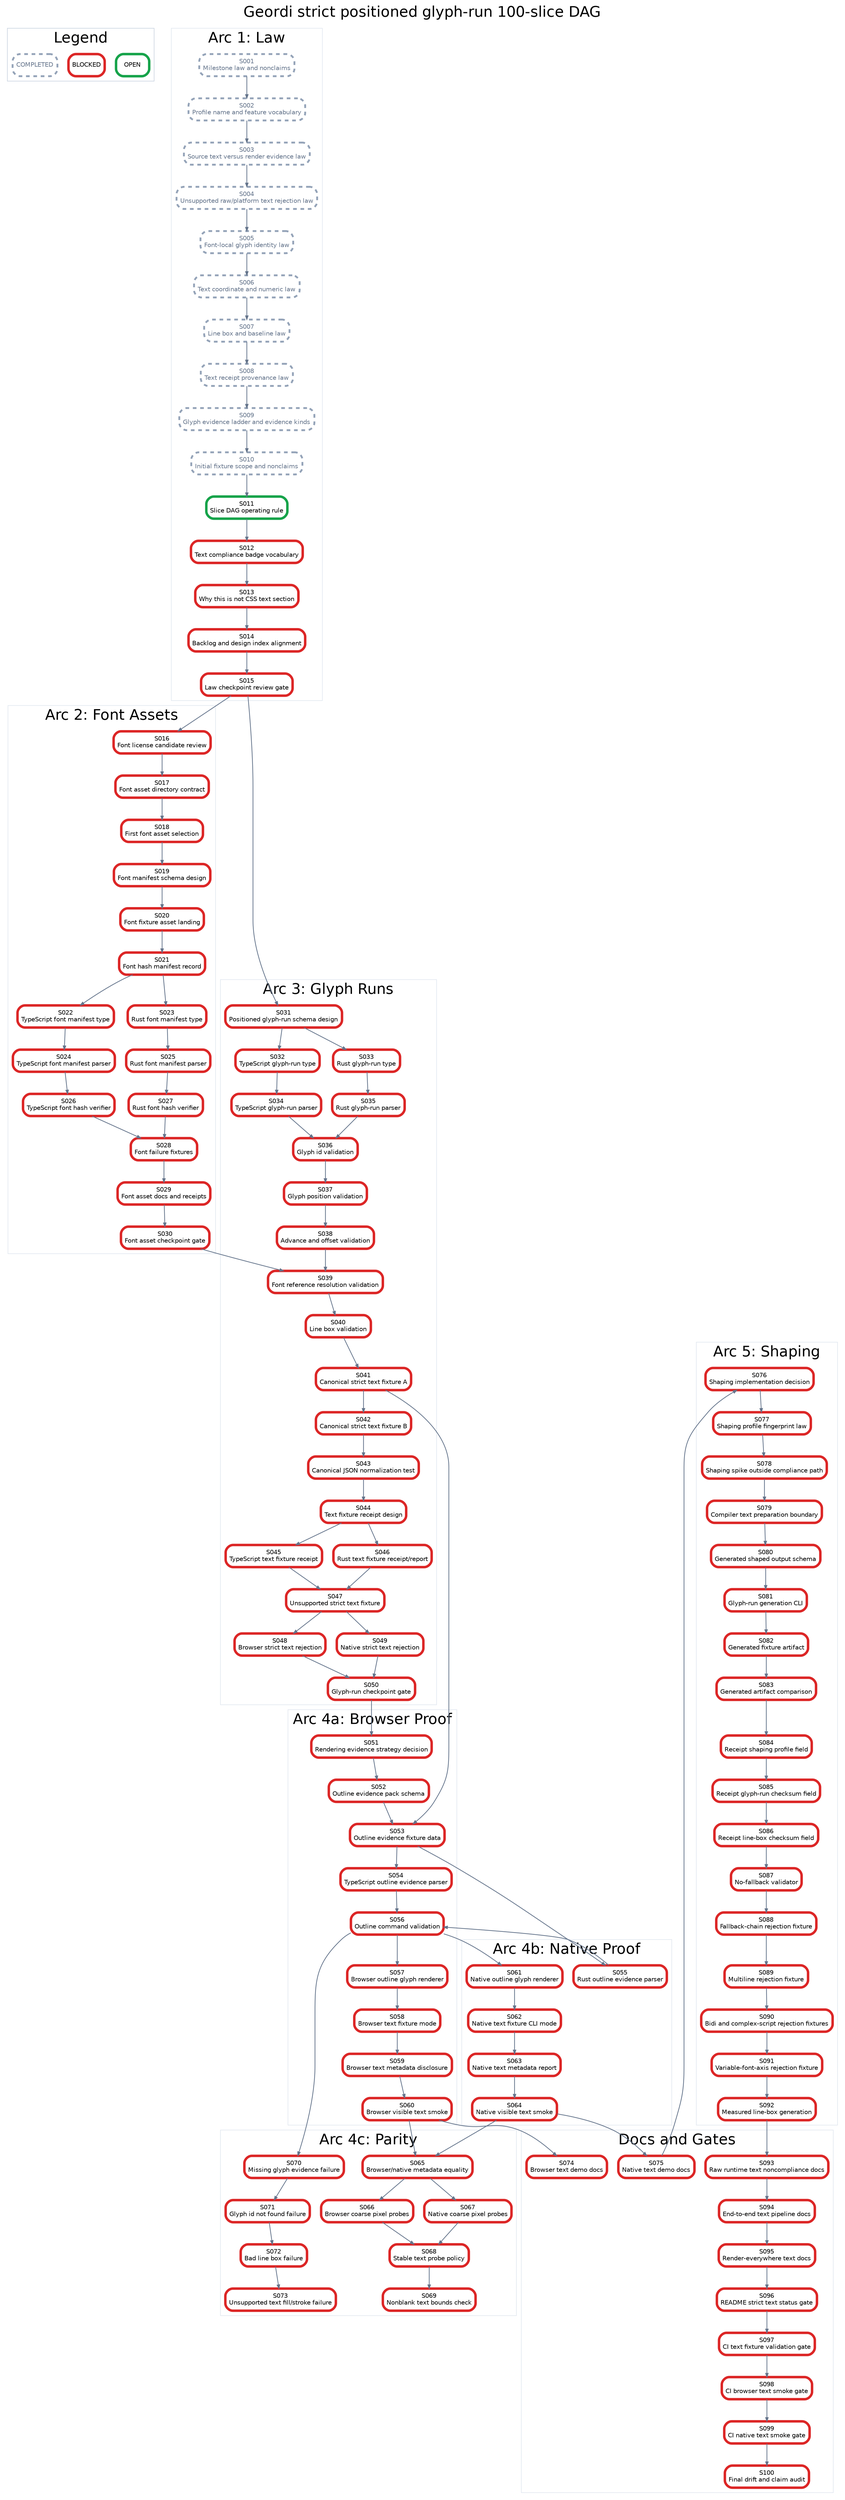
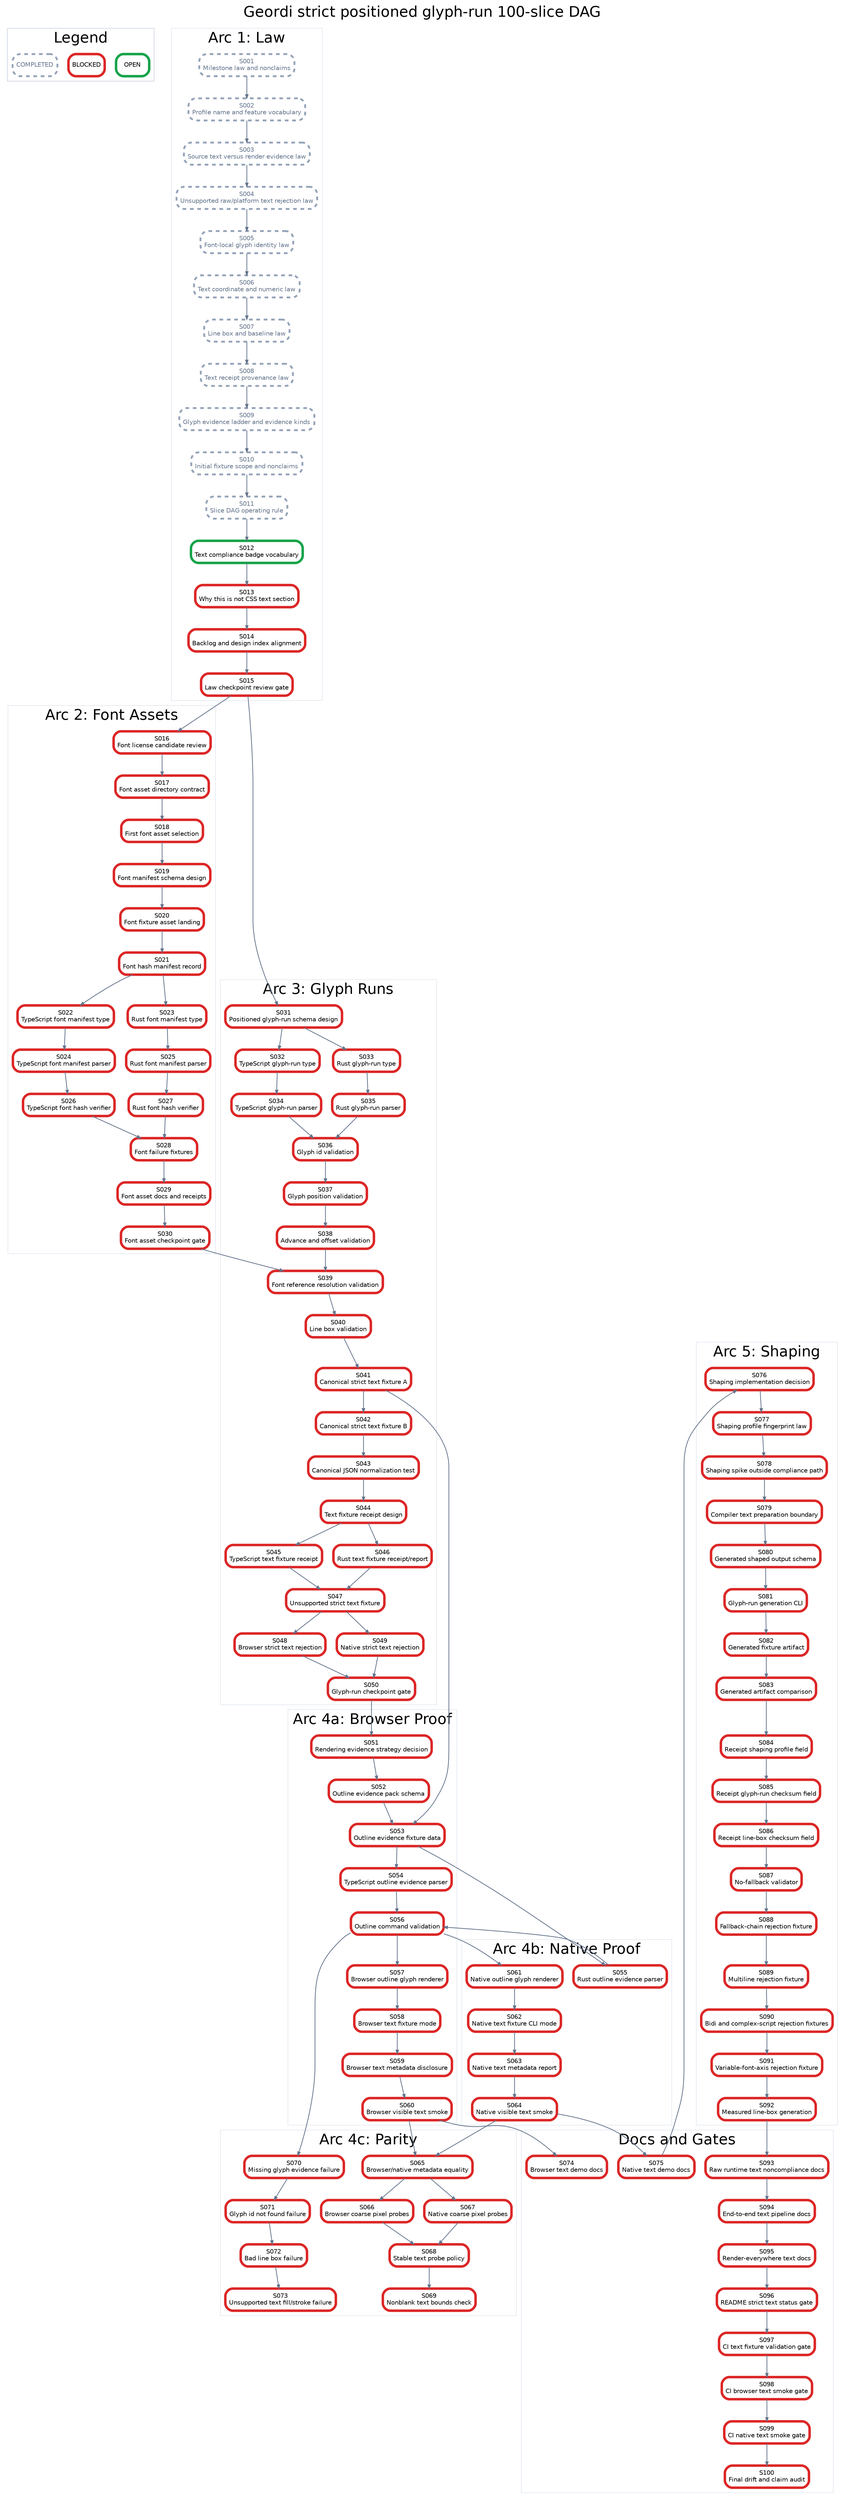
digraph StrictPositionedGlyphRunPlan {
  graph [rankdir=TB, bgcolor="white", fontname="Helvetica", label="Geordi strict positioned glyph-run 100-slice DAG", labelloc="t", fontsize=24];
  node [shape=box, style="rounded,filled", fillcolor="white", fontname="Helvetica", fontsize=10, margin="0.08,0.05"];
  edge [color="#64748b", arrowsize=0.6, penwidth=1.2];

  subgraph cluster_legend {
    label="Legend";
    color="#cbd5e1";
    legend_open [label="OPEN", color="#16a34a", penwidth=4];
    legend_blocked [label="BLOCKED", color="#dc2626", penwidth=4];
    legend_done [label="COMPLETED", color="#94a3b8", penwidth=3, style="rounded,filled,dashed", fontcolor="#64748b"];
  }

  subgraph cluster_law {
    label="Arc 1: Law";
    color="#e2e8f0";
    S001 [label="S001\nMilestone law and nonclaims", color="#94a3b8", penwidth=3, style="rounded,filled,dashed", fontcolor="#64748b"];
    S002 [label="S002\nProfile name and feature vocabulary", color="#94a3b8", penwidth=3, style="rounded,filled,dashed", fontcolor="#64748b"];
    S003 [label="S003\nSource text versus render evidence law", color="#94a3b8", penwidth=3, style="rounded,filled,dashed", fontcolor="#64748b"];
    S004 [label="S004\nUnsupported raw/platform text rejection law", color="#94a3b8", penwidth=3, style="rounded,filled,dashed", fontcolor="#64748b"];
    S005 [label="S005\nFont-local glyph identity law", color="#94a3b8", penwidth=3, style="rounded,filled,dashed", fontcolor="#64748b"];
    S006 [label="S006\nText coordinate and numeric law", color="#94a3b8", penwidth=3, style="rounded,filled,dashed", fontcolor="#64748b"];
    S007 [label="S007\nLine box and baseline law", color="#94a3b8", penwidth=3, style="rounded,filled,dashed", fontcolor="#64748b"];
    S008 [label="S008\nText receipt provenance law", color="#94a3b8", penwidth=3, style="rounded,filled,dashed", fontcolor="#64748b"];
    S009 [label="S009\nGlyph evidence ladder and evidence kinds", color="#94a3b8", penwidth=3, style="rounded,filled,dashed", fontcolor="#64748b"];
    S010 [label="S010\nInitial fixture scope and nonclaims", color="#94a3b8", penwidth=3, style="rounded,filled,dashed", fontcolor="#64748b"];
-     S011 [label="S011\nSlice DAG operating rule", color="#16a34a", penwidth=4];
-     S012 [label="S012\nText compliance badge vocabulary", color="#dc2626", penwidth=4];
+     S011 [label="S011\nSlice DAG operating rule", color="#94a3b8", penwidth=3, style="rounded,filled,dashed", fontcolor="#64748b"];
+     S012 [label="S012\nText compliance badge vocabulary", color="#16a34a", penwidth=4];
    S013 [label="S013\nWhy this is not CSS text section", color="#dc2626", penwidth=4];
    S014 [label="S014\nBacklog and design index alignment", color="#dc2626", penwidth=4];
    S015 [label="S015\nLaw checkpoint review gate", color="#dc2626", penwidth=4];
  }

  subgraph cluster_assets {
    label="Arc 2: Font Assets";
    color="#e2e8f0";
    S016 [label="S016\nFont license candidate review", color="#dc2626", penwidth=4];
    S017 [label="S017\nFont asset directory contract", color="#dc2626", penwidth=4];
    S018 [label="S018\nFirst font asset selection", color="#dc2626", penwidth=4];
    S019 [label="S019\nFont manifest schema design", color="#dc2626", penwidth=4];
    S020 [label="S020\nFont fixture asset landing", color="#dc2626", penwidth=4];
    S021 [label="S021\nFont hash manifest record", color="#dc2626", penwidth=4];
    S022 [label="S022\nTypeScript font manifest type", color="#dc2626", penwidth=4];
    S023 [label="S023\nRust font manifest type", color="#dc2626", penwidth=4];
    S024 [label="S024\nTypeScript font manifest parser", color="#dc2626", penwidth=4];
    S025 [label="S025\nRust font manifest parser", color="#dc2626", penwidth=4];
    S026 [label="S026\nTypeScript font hash verifier", color="#dc2626", penwidth=4];
    S027 [label="S027\nRust font hash verifier", color="#dc2626", penwidth=4];
    S028 [label="S028\nFont failure fixtures", color="#dc2626", penwidth=4];
    S029 [label="S029\nFont asset docs and receipts", color="#dc2626", penwidth=4];
    S030 [label="S030\nFont asset checkpoint gate", color="#dc2626", penwidth=4];
  }

  subgraph cluster_glyph {
    label="Arc 3: Glyph Runs";
    color="#e2e8f0";
    S031 [label="S031\nPositioned glyph-run schema design", color="#dc2626", penwidth=4];
    S032 [label="S032\nTypeScript glyph-run type", color="#dc2626", penwidth=4];
    S033 [label="S033\nRust glyph-run type", color="#dc2626", penwidth=4];
    S034 [label="S034\nTypeScript glyph-run parser", color="#dc2626", penwidth=4];
    S035 [label="S035\nRust glyph-run parser", color="#dc2626", penwidth=4];
    S036 [label="S036\nGlyph id validation", color="#dc2626", penwidth=4];
    S037 [label="S037\nGlyph position validation", color="#dc2626", penwidth=4];
    S038 [label="S038\nAdvance and offset validation", color="#dc2626", penwidth=4];
    S039 [label="S039\nFont reference resolution validation", color="#dc2626", penwidth=4];
    S040 [label="S040\nLine box validation", color="#dc2626", penwidth=4];
    S041 [label="S041\nCanonical strict text fixture A", color="#dc2626", penwidth=4];
    S042 [label="S042\nCanonical strict text fixture B", color="#dc2626", penwidth=4];
    S043 [label="S043\nCanonical JSON normalization test", color="#dc2626", penwidth=4];
    S044 [label="S044\nText fixture receipt design", color="#dc2626", penwidth=4];
    S045 [label="S045\nTypeScript text fixture receipt", color="#dc2626", penwidth=4];
    S046 [label="S046\nRust text fixture receipt/report", color="#dc2626", penwidth=4];
    S047 [label="S047\nUnsupported strict text fixture", color="#dc2626", penwidth=4];
    S048 [label="S048\nBrowser strict text rejection", color="#dc2626", penwidth=4];
    S049 [label="S049\nNative strict text rejection", color="#dc2626", penwidth=4];
    S050 [label="S050\nGlyph-run checkpoint gate", color="#dc2626", penwidth=4];
  }

  subgraph cluster_browser {
    label="Arc 4a: Browser Proof";
    color="#e2e8f0";
    S051 [label="S051\nRendering evidence strategy decision", color="#dc2626", penwidth=4];
    S052 [label="S052\nOutline evidence pack schema", color="#dc2626", penwidth=4];
    S053 [label="S053\nOutline evidence fixture data", color="#dc2626", penwidth=4];
    S054 [label="S054\nTypeScript outline evidence parser", color="#dc2626", penwidth=4];
    S056 [label="S056\nOutline command validation", color="#dc2626", penwidth=4];
    S057 [label="S057\nBrowser outline glyph renderer", color="#dc2626", penwidth=4];
    S058 [label="S058\nBrowser text fixture mode", color="#dc2626", penwidth=4];
    S059 [label="S059\nBrowser text metadata disclosure", color="#dc2626", penwidth=4];
    S060 [label="S060\nBrowser visible text smoke", color="#dc2626", penwidth=4];
  }

  subgraph cluster_native {
    label="Arc 4b: Native Proof";
    color="#e2e8f0";
    S055 [label="S055\nRust outline evidence parser", color="#dc2626", penwidth=4];
    S061 [label="S061\nNative outline glyph renderer", color="#dc2626", penwidth=4];
    S062 [label="S062\nNative text fixture CLI mode", color="#dc2626", penwidth=4];
    S063 [label="S063\nNative text metadata report", color="#dc2626", penwidth=4];
    S064 [label="S064\nNative visible text smoke", color="#dc2626", penwidth=4];
  }

  subgraph cluster_parity {
    label="Arc 4c: Parity";
    color="#e2e8f0";
    S065 [label="S065\nBrowser/native metadata equality", color="#dc2626", penwidth=4];
    S066 [label="S066\nBrowser coarse pixel probes", color="#dc2626", penwidth=4];
    S067 [label="S067\nNative coarse pixel probes", color="#dc2626", penwidth=4];
    S068 [label="S068\nStable text probe policy", color="#dc2626", penwidth=4];
    S069 [label="S069\nNonblank text bounds check", color="#dc2626", penwidth=4];
    S070 [label="S070\nMissing glyph evidence failure", color="#dc2626", penwidth=4];
    S071 [label="S071\nGlyph id not found failure", color="#dc2626", penwidth=4];
    S072 [label="S072\nBad line box failure", color="#dc2626", penwidth=4];
    S073 [label="S073\nUnsupported text fill/stroke failure", color="#dc2626", penwidth=4];
  }

  subgraph cluster_shaping {
    label="Arc 5: Shaping";
    color="#e2e8f0";
    S076 [label="S076\nShaping implementation decision", color="#dc2626", penwidth=4];
    S077 [label="S077\nShaping profile fingerprint law", color="#dc2626", penwidth=4];
    S078 [label="S078\nShaping spike outside compliance path", color="#dc2626", penwidth=4];
    S079 [label="S079\nCompiler text preparation boundary", color="#dc2626", penwidth=4];
    S080 [label="S080\nGenerated shaped output schema", color="#dc2626", penwidth=4];
    S081 [label="S081\nGlyph-run generation CLI", color="#dc2626", penwidth=4];
    S082 [label="S082\nGenerated fixture artifact", color="#dc2626", penwidth=4];
    S083 [label="S083\nGenerated artifact comparison", color="#dc2626", penwidth=4];
    S084 [label="S084\nReceipt shaping profile field", color="#dc2626", penwidth=4];
    S085 [label="S085\nReceipt glyph-run checksum field", color="#dc2626", penwidth=4];
    S086 [label="S086\nReceipt line-box checksum field", color="#dc2626", penwidth=4];
    S087 [label="S087\nNo-fallback validator", color="#dc2626", penwidth=4];
    S088 [label="S088\nFallback-chain rejection fixture", color="#dc2626", penwidth=4];
    S089 [label="S089\nMultiline rejection fixture", color="#dc2626", penwidth=4];
    S090 [label="S090\nBidi and complex-script rejection fixtures", color="#dc2626", penwidth=4];
    S091 [label="S091\nVariable-font-axis rejection fixture", color="#dc2626", penwidth=4];
    S092 [label="S092\nMeasured line-box generation", color="#dc2626", penwidth=4];
  }

  subgraph cluster_docs {
    label="Docs and Gates";
    color="#e2e8f0";
    S074 [label="S074\nBrowser text demo docs", color="#dc2626", penwidth=4];
    S075 [label="S075\nNative text demo docs", color="#dc2626", penwidth=4];
    S093 [label="S093\nRaw runtime text noncompliance docs", color="#dc2626", penwidth=4];
    S094 [label="S094\nEnd-to-end text pipeline docs", color="#dc2626", penwidth=4];
    S095 [label="S095\nRender-everywhere text docs", color="#dc2626", penwidth=4];
    S096 [label="S096\nREADME strict text status gate", color="#dc2626", penwidth=4];
    S097 [label="S097\nCI text fixture validation gate", color="#dc2626", penwidth=4];
    S098 [label="S098\nCI browser text smoke gate", color="#dc2626", penwidth=4];
    S099 [label="S099\nCI native text smoke gate", color="#dc2626", penwidth=4];
    S100 [label="S100\nFinal drift and claim audit", color="#dc2626", penwidth=4];
  }

  S001 -> S002;
  S002 -> S003;
  S003 -> S004;
  S004 -> S005;
  S005 -> S006;
  S006 -> S007;
  S007 -> S008;
  S008 -> S009;
  S009 -> S010;
  S010 -> S011;
  S011 -> S012;
  S012 -> S013;
  S013 -> S014;
  S014 -> S015;
  S015 -> S016;
  S016 -> S017;
  S017 -> S018;
  S018 -> S019;
  S019 -> S020;
  S020 -> S021;
  S021 -> S022;
  S021 -> S023;
  S022 -> S024;
  S023 -> S025;
  S024 -> S026;
  S025 -> S027;
  S026 -> S028;
  S027 -> S028;
  S028 -> S029;
  S029 -> S030;
  S015 -> S031;
  S031 -> S032;
  S031 -> S033;
  S032 -> S034;
  S033 -> S035;
  S034 -> S036;
  S035 -> S036;
  S036 -> S037;
  S037 -> S038;
  S038 -> S039;
  S039 -> S040;
  S030 -> S039;
  S040 -> S041;
  S041 -> S042;
  S042 -> S043;
  S043 -> S044;
  S044 -> S045;
  S044 -> S046;
  S045 -> S047;
  S046 -> S047;
  S047 -> S048;
  S047 -> S049;
  S048 -> S050;
  S049 -> S050;
  S050 -> S051;
  S051 -> S052;
  S052 -> S053;
  S041 -> S053;
  S053 -> S054;
  S053 -> S055;
  S054 -> S056;
  S055 -> S056;
  S056 -> S057;
  S057 -> S058;
  S058 -> S059;
  S059 -> S060;
  S056 -> S061;
  S061 -> S062;
  S062 -> S063;
  S063 -> S064;
  S060 -> S065;
  S064 -> S065;
  S065 -> S066;
  S065 -> S067;
  S066 -> S068;
  S067 -> S068;
  S068 -> S069;
  S056 -> S070;
  S070 -> S071;
  S071 -> S072;
  S072 -> S073;
  S060 -> S074;
  S064 -> S075;
  S075 -> S076;
  S076 -> S077;
  S077 -> S078;
  S078 -> S079;
  S079 -> S080;
  S080 -> S081;
  S081 -> S082;
  S082 -> S083;
  S083 -> S084;
  S084 -> S085;
  S085 -> S086;
  S086 -> S087;
  S087 -> S088;
  S088 -> S089;
  S089 -> S090;
  S090 -> S091;
  S091 -> S092;
  S092 -> S093;
  S093 -> S094;
  S094 -> S095;
  S095 -> S096;
  S096 -> S097;
  S097 -> S098;
  S098 -> S099;
  S099 -> S100;
}
